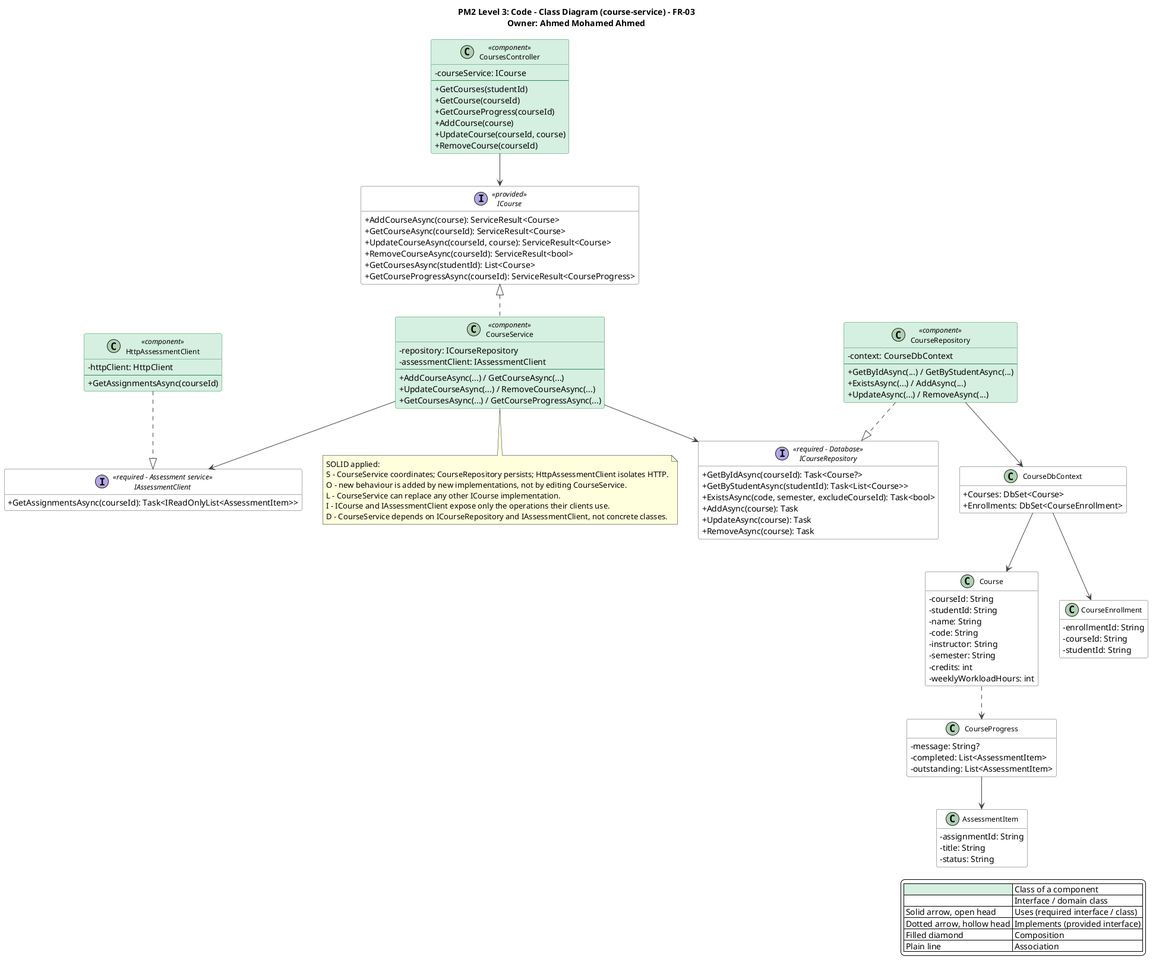
The PlantUML diagram docs/PM2/Part A — Design/Class Diagram/03-course-service.png in AIU-SoftWave/Aspirra, before a commit. Source of this version:
```plantuml
@startuml 03-course-service
title PM2 Level 3: Code - Class Diagram (course-service) - FR-03\nOwner: Ahmed Mohamed Ahmed
top to bottom direction
skinparam shadowing false
skinparam defaultFontName Segoe UI
skinparam backgroundColor #FFFFFF
skinparam classAttributeIconSize 0
skinparam classFontSize 12
skinparam nodesep 35
skinparam ranksep 55
skinparam ArrowColor #444444
skinparam class {
  BackgroundColor #FFFFFF
  BorderColor #555555
  BackgroundColor<<component>> #D5EFE0
  BorderColor<<component>> #2E8B57
}
skinparam interface {
  BackgroundColor #FFFFFF
  BorderColor #555555
}
hide empty members

legend right
  |<#D5EFE0>   | Class of a component |
  |<#FFFFFF>   | Interface / domain class |
  | Solid arrow, open head | Uses (required interface / class) |
  | Dotted arrow, hollow head | Implements (provided interface) |
  | Filled diamond | Composition |
  | Plain line | Association |
endlegend

interface ICourse <<provided>> {
  +AddCourseAsync(course): ServiceResult<Course>
  +GetCourseAsync(courseId): ServiceResult<Course>
  +UpdateCourseAsync(courseId, course): ServiceResult<Course>
  +RemoveCourseAsync(courseId): ServiceResult<bool>
  +GetCoursesAsync(studentId): List<Course>
  +GetCourseProgressAsync(courseId): ServiceResult<CourseProgress>
}

class CoursesController <<component>> {
  -courseService: ICourse
  --
  +GetCourses(studentId)
  +GetCourse(courseId)
  +GetCourseProgress(courseId)
  +AddCourse(course)
  +UpdateCourse(courseId, course)
  +RemoveCourse(courseId)
}

class CourseService <<component>> {
  -repository: ICourseRepository
  -assessmentClient: IAssessmentClient
  --
  +AddCourseAsync(...) / GetCourseAsync(...)
  +UpdateCourseAsync(...) / RemoveCourseAsync(...)
  +GetCoursesAsync(...) / GetCourseProgressAsync(...)
}

interface IAssessmentClient <<required - Assessment service>> {
  +GetAssignmentsAsync(courseId): Task<IReadOnlyList<AssessmentItem>>
}

class HttpAssessmentClient <<component>> {
  -httpClient: HttpClient
  --
  +GetAssignmentsAsync(courseId)
}

interface ICourseRepository <<required - Database>> {
  +GetByIdAsync(courseId): Task<Course?>
  +GetByStudentAsync(studentId): Task<List<Course>>
  +ExistsAsync(code, semester, excludeCourseId): Task<bool>
  +AddAsync(course): Task
  +UpdateAsync(course): Task
  +RemoveAsync(course): Task
}

class CourseRepository <<component>> {
  -context: CourseDbContext
  --
  +GetByIdAsync(...) / GetByStudentAsync(...)
  +ExistsAsync(...) / AddAsync(...)
  +UpdateAsync(...) / RemoveAsync(...)
}

class CourseDbContext {
  +Courses: DbSet<Course>
  +Enrollments: DbSet<CourseEnrollment>
}

class Course {
  -courseId: String
  -studentId: String
  -name: String
  -code: String
  -instructor: String
  -semester: String
  -credits: int
  -weeklyWorkloadHours: int
}
class CourseEnrollment {
  -enrollmentId: String
  -courseId: String
  -studentId: String
}
class CourseProgress {
  -message: String?
  -completed: List<AssessmentItem>
  -outstanding: List<AssessmentItem>
}
class AssessmentItem {
  -assignmentId: String
  -title: String
  -status: String
}

CoursesController --> ICourse
ICourse <|.. CourseService
CourseService --> ICourseRepository
CourseService --> IAssessmentClient
HttpAssessmentClient ..|> IAssessmentClient
CourseRepository ..|> ICourseRepository
CourseRepository --> CourseDbContext
CourseDbContext --> Course
CourseDbContext --> CourseEnrollment
Course ..> CourseProgress
CourseProgress --> AssessmentItem
note bottom of CourseService
SOLID applied:
S - CourseService coordinates; CourseRepository persists; HttpAssessmentClient isolates HTTP.
O - new behaviour is added by new implementations, not by editing CourseService.
L - CourseService can replace any other ICourse implementation.
I - ICourse and IAssessmentClient expose only the operations their clients use.
D - CourseService depends on ICourseRepository and IAssessmentClient, not concrete classes.
end note
@enduml
```
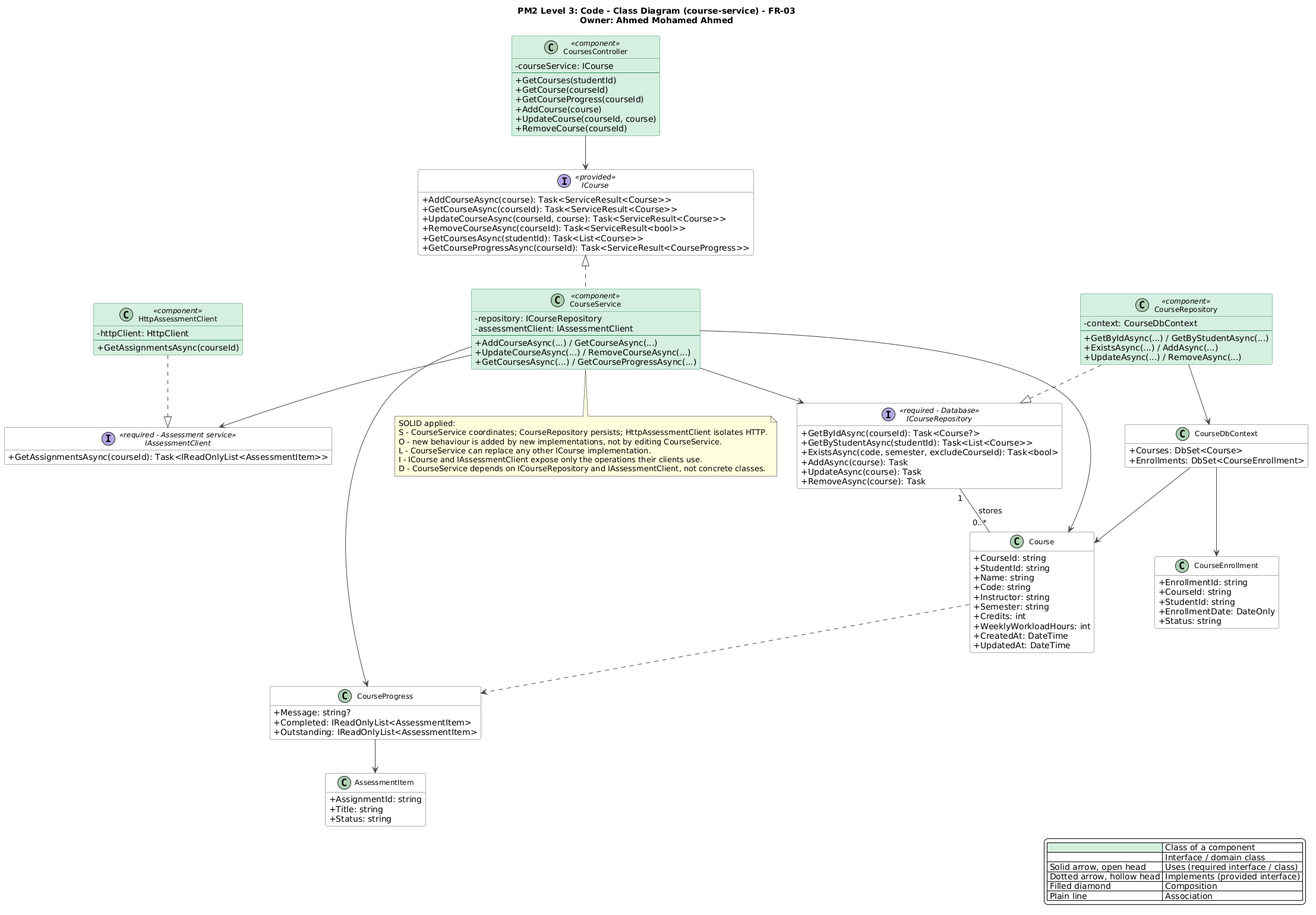
After the commit.

Change to the diagram source:
```diff
@@ -31,12 +31,12 @@
 endlegend
 
 interface ICourse <<provided>> {
-  +AddCourseAsync(course): ServiceResult<Course>
-  +GetCourseAsync(courseId): ServiceResult<Course>
-  +UpdateCourseAsync(courseId, course): ServiceResult<Course>
-  +RemoveCourseAsync(courseId): ServiceResult<bool>
-  +GetCoursesAsync(studentId): List<Course>
-  +GetCourseProgressAsync(courseId): ServiceResult<CourseProgress>
+  +AddCourseAsync(course): Task<ServiceResult<Course>>
+  +GetCourseAsync(courseId): Task<ServiceResult<Course>>
+  +UpdateCourseAsync(courseId, course): Task<ServiceResult<Course>>
+  +RemoveCourseAsync(courseId): Task<ServiceResult<bool>>
+  +GetCoursesAsync(studentId): Task<List<Course>>
+  +GetCourseProgressAsync(courseId): Task<ServiceResult<CourseProgress>>
 }
 
 class CoursesController <<component>> {
@@ -92,35 +92,42 @@
 }
 
 class Course {
-  -courseId: String
-  -studentId: String
-  -name: String
-  -code: String
-  -instructor: String
-  -semester: String
-  -credits: int
-  -weeklyWorkloadHours: int
+  +CourseId: string
+  +StudentId: string
+  +Name: string
+  +Code: string
+  +Instructor: string
+  +Semester: string
+  +Credits: int
+  +WeeklyWorkloadHours: int
+  +CreatedAt: DateTime
+  +UpdatedAt: DateTime
 }
 class CourseEnrollment {
-  -enrollmentId: String
-  -courseId: String
-  -studentId: String
+  +EnrollmentId: string
+  +CourseId: string
+  +StudentId: string
+  +EnrollmentDate: DateOnly
+  +Status: string
 }
 class CourseProgress {
-  -message: String?
-  -completed: List<AssessmentItem>
-  -outstanding: List<AssessmentItem>
+  +Message: string?
+  +Completed: IReadOnlyList<AssessmentItem>
+  +Outstanding: IReadOnlyList<AssessmentItem>
 }
 class AssessmentItem {
-  -assignmentId: String
-  -title: String
-  -status: String
+  +AssignmentId: string
+  +Title: string
+  +Status: string
 }
 
 CoursesController --> ICourse
 ICourse <|.. CourseService
 CourseService --> ICourseRepository
 CourseService --> IAssessmentClient
+CourseService --> Course
+CourseService --> CourseProgress
+ICourseRepository "1" -- "0..*" Course : stores
 HttpAssessmentClient ..|> IAssessmentClient
 CourseRepository ..|> ICourseRepository
 CourseRepository --> CourseDbContext
```
